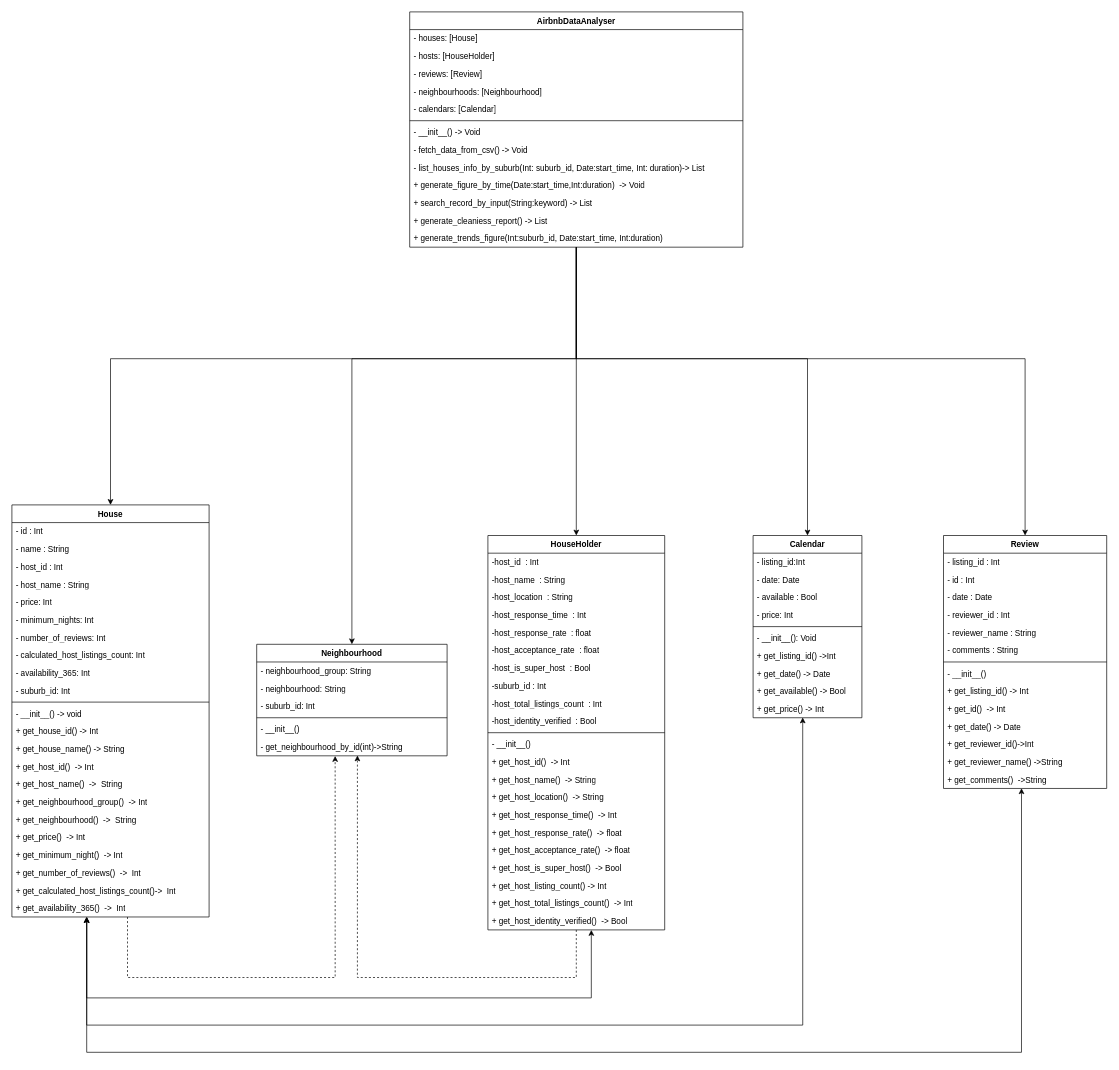
wsq94317/SoftwareTechnologyGroup47 keeps this draw.io diagram as page "第 2 页" (2 of 2) of resources/flowchart_uml/chart/flowchart_uml.drawio. Above is the earlier version. Source tidied: cells renumbered, new cells numbered last; positions are measured from the earlier drawing's top-left corner, leaving out a move shared by most shapes. Both pictures are drawn from the tidied source at 68%, with x=0, y=0 at pixel (12, 12).
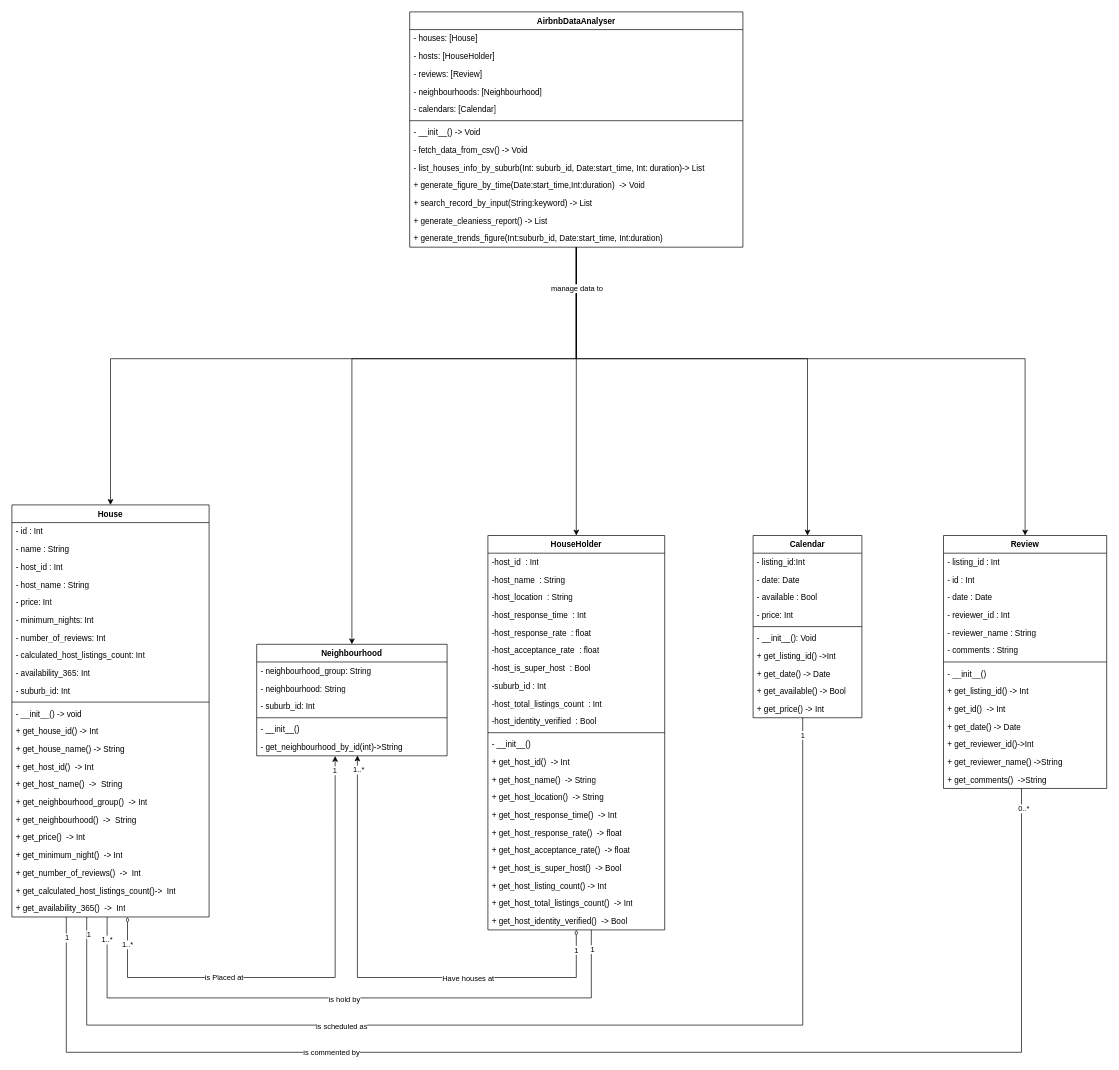
The same page after the edit.

Commit message (it also covers changes not shown here):
Update UML Design

The change refers to these unchanged cells:
```xml
<mxCell id="6" value="House" style="swimlane;fontStyle=1;align=center;verticalAlign=top;horizontal=1;startSize=26;whiteSpace=wrap;" parent="1" vertex="1">
  <mxGeometry y="725" width="290" height="606" as="geometry" />
</mxCell>
<mxCell id="31" value="HouseHolder" style="swimlane;fontStyle=1;align=center;verticalAlign=top;horizontal=1;startSize=26;whiteSpace=wrap;html=1;fontFamily=Helvetica;fontSize=12;fontColor=default;fillColor=none;gradientColor=none;" parent="1" vertex="1">
  <mxGeometry x="700" y="770" width="260" height="580" as="geometry" />
</mxCell>
<mxCell id="53" value="+ get_host_identity_verified()  -&gt; Bool" style="text;strokeColor=none;fillColor=none;align=left;verticalAlign=top;spacingLeft=4;spacingRight=4;overflow=hidden;points=[[0,0.5],[1,0.5]];portConstraint=eastwest;whiteSpace=wrap;fontSize=12;fontFamily=Helvetica;fontColor=default;" parent="31" vertex="1">
  <mxGeometry y="554" width="260" height="26" as="geometry" />
</mxCell>
<mxCell id="68" value="+ get_comments()  -&gt;String" style="text;strokeColor=none;fillColor=none;align=left;verticalAlign=top;spacingLeft=4;spacingRight=4;overflow=hidden;points=[[0,0.5],[1,0.5]];portConstraint=eastwest;whiteSpace=wrap;fontSize=12;fontFamily=Helvetica;fontColor=default;" parent="54" vertex="1">
  <mxGeometry y="346" width="240" height="26" as="geometry" />
</mxCell>
<mxCell id="75" value="- get_neighbourhood_by_id(int)-&amp;gt;String" style="text;strokeColor=none;fillColor=none;align=left;verticalAlign=top;spacingLeft=4;spacingRight=4;overflow=hidden;points=[[0,0.5],[1,0.5]];portConstraint=eastwest;whiteSpace=wrap;html=1;fontSize=12;fontFamily=Helvetica;fontColor=default;" parent="69" vertex="1">
  <mxGeometry y="138" width="280" height="26" as="geometry" />
</mxCell>
<mxCell id="86" value="+ get_price() -&amp;gt; Int" style="text;strokeColor=none;fillColor=none;align=left;verticalAlign=top;spacingLeft=4;spacingRight=4;overflow=hidden;points=[[0,0.5],[1,0.5]];portConstraint=eastwest;whiteSpace=wrap;html=1;fontSize=12;fontFamily=Helvetica;fontColor=default;" parent="76" vertex="1">
  <mxGeometry y="242" width="160" height="26" as="geometry" />
</mxCell>
<mxCell id="91" style="edgeStyle=orthogonalEdgeStyle;rounded=0;jettySize=auto;html=1;entryX=0.5;entryY=0;entryDx=0;entryDy=0;fontFamily=Helvetica;fontSize=12;fontColor=default;" parent="1" edge="1" source="92" target="54">
  <mxGeometry relative="1" as="geometry">
    <Array as="points">
      <mxPoint x="830" y="510" />
      <mxPoint x="1490" y="510" />
    </Array>
  </mxGeometry>
</mxCell>
```

Diff of the diagram source:
```diff
@@
-    <mxCell id="2" style="edgeStyle=orthogonalEdgeStyle;rounded=0;jettySize=auto;html=1;entryX=0.585;entryY=1.003;entryDx=0;entryDy=0;entryPerimeter=0;fontFamily=Helvetica;fontSize=12;fontColor=default;startArrow=classic;startFill=1;" parent="1" edge="1" source="6" target="53">
+    <mxCell id="2" style="edgeStyle=orthogonalEdgeStyle;rounded=0;jettySize=auto;html=1;entryX=0.585;entryY=1.003;entryDx=0;entryDy=0;entryPerimeter=0;fontFamily=Helvetica;fontSize=12;fontColor=default;startArrow=none;startFill=0;endArrow=none;endFill=0;" parent="1" edge="1" source="6" target="53">
       <mxGeometry relative="1" as="geometry">
         <Array as="points">
-          <mxPoint x="110" y="1450" />
+          <mxPoint x="140" y="1450" />
           <mxPoint x="852" y="1450" />
         </Array>
       </mxGeometry>
     </mxCell>
+    <mxCell id="106" value="1" style="edgeLabel;html=1;align=center;verticalAlign=middle;" parent="2" vertex="1">
+      <mxGeometry x="0.94" y="-1" relative="1" as="geometry" />
+    </mxCell>
+    <mxCell id="107" value="1..*" style="edgeLabel;html=1;align=center;verticalAlign=middle;" parent="2" vertex="1">
+      <mxGeometry x="-0.93" y="-1" relative="1" as="geometry" />
+    </mxCell>
+    <mxCell id="108" value="is hold by" style="edgeLabel;html=1;align=center;verticalAlign=middle;" parent="2" vertex="1">
+      <mxGeometry x="-0.04" y="-1" relative="1" as="geometry">
+        <mxPoint x="20" as="offset" />
+      </mxGeometry>
+    </mxCell>
-    <mxCell id="3" style="edgeStyle=orthogonalEdgeStyle;rounded=0;jettySize=auto;html=1;entryX=0.478;entryY=0.99;entryDx=0;entryDy=0;entryPerimeter=0;fontFamily=Helvetica;fontSize=12;fontColor=default;startArrow=classic;startFill=1;" parent="1" edge="1" source="6" target="68">
+    <mxCell id="3" style="edgeStyle=orthogonalEdgeStyle;rounded=0;jettySize=auto;html=1;entryX=0.478;entryY=0.99;entryDx=0;entryDy=0;entryPerimeter=0;fontFamily=Helvetica;fontSize=12;fontColor=default;startArrow=none;startFill=0;endArrow=none;endFill=0;" parent="1" edge="1" source="6" target="68">
       <mxGeometry relative="1" as="geometry">
         <Array as="points">
-          <mxPoint x="110" y="1530" />
+          <mxPoint x="80" y="1530" />
           <mxPoint x="1485" y="1530" />
         </Array>
       </mxGeometry>
     </mxCell>
+    <mxCell id="109" value="is commented by" style="edgeLabel;html=1;align=center;verticalAlign=middle;" parent="3" vertex="1">
+      <mxGeometry x="-0.41" y="1" relative="1" as="geometry" />
+    </mxCell>
+    <mxCell id="110" value="1" style="edgeLabel;html=1;align=center;verticalAlign=middle;" parent="3" vertex="1">
+      <mxGeometry x="-0.97" relative="1" as="geometry" />
+    </mxCell>
+    <mxCell id="111" value="0..*" style="edgeLabel;html=1;align=center;verticalAlign=middle;" parent="3" vertex="1">
+      <mxGeometry x="0.97" y="-3" relative="1" as="geometry" />
+    </mxCell>
-    <mxCell id="4" style="edgeStyle=orthogonalEdgeStyle;rounded=0;jettySize=auto;html=1;entryX=0.456;entryY=0.984;entryDx=0;entryDy=0;entryPerimeter=0;fontFamily=Helvetica;fontSize=12;fontColor=default;startArrow=classic;startFill=1;" parent="1" edge="1" source="6" target="86">
+    <mxCell id="4" style="edgeStyle=orthogonalEdgeStyle;rounded=0;jettySize=auto;html=1;entryX=0.456;entryY=0.984;entryDx=0;entryDy=0;entryPerimeter=0;fontFamily=Helvetica;fontSize=12;fontColor=default;startArrow=none;startFill=0;endArrow=none;endFill=0;" parent="1" edge="1" source="6" target="86">
       <mxGeometry relative="1" as="geometry">
         <Array as="points">
           <mxPoint x="110" y="1490" />
           <mxPoint x="1163" y="1490" />
         </Array>
       </mxGeometry>
     </mxCell>
+    <mxCell id="112" value="1" style="edgeLabel;html=1;align=center;verticalAlign=middle;" parent="4" vertex="1">
+      <mxGeometry x="-0.97" y="2" relative="1" as="geometry" />
+    </mxCell>
+    <mxCell id="113" value="1" style="edgeLabel;html=1;align=center;verticalAlign=middle;" parent="4" vertex="1">
+      <mxGeometry x="0.97" relative="1" as="geometry" />
+    </mxCell>
+    <mxCell id="114" value="is scheduled as" style="edgeLabel;html=1;align=center;verticalAlign=middle;" parent="4" vertex="1">
+      <mxGeometry x="-0.36" y="-1" relative="1" as="geometry" />
+    </mxCell>
-    <mxCell id="5" style="edgeStyle=orthogonalEdgeStyle;rounded=0;jettySize=auto;html=1;entryX=0.412;entryY=1.01;entryDx=0;entryDy=0;entryPerimeter=0;fontFamily=Helvetica;fontSize=12;fontColor=default;dashed=1;" parent="1" edge="1" source="6" target="75">
+    <mxCell id="5" style="edgeStyle=orthogonalEdgeStyle;rounded=0;jettySize=auto;html=1;entryX=0.412;entryY=1.01;entryDx=0;entryDy=0;entryPerimeter=0;fontFamily=Helvetica;fontSize=12;fontColor=default;startArrow=diamondThin;startFill=0;" parent="1" edge="1" source="6" target="75">
       <mxGeometry relative="1" as="geometry">
         <Array as="points">
           <mxPoint x="170" y="1420" />
           <mxPoint x="475" y="1420" />
         </Array>
       </mxGeometry>
     </mxCell>
+    <mxCell id="115" value="1..*" style="edgeLabel;html=1;align=center;verticalAlign=middle;" parent="5" vertex="1">
+      <mxGeometry x="-0.97" y="-1" relative="1" as="geometry">
+        <mxPoint y="29" as="offset" />
+      </mxGeometry>
+    </mxCell>
+    <mxCell id="116" value="1" style="edgeLabel;html=1;align=center;verticalAlign=middle;" parent="5" vertex="1">
+      <mxGeometry x="0.94" y="1" relative="1" as="geometry" />
+    </mxCell>
+    <mxCell id="117" value="is Placed at" style="edgeLabel;html=1;align=center;verticalAlign=middle;" parent="5" vertex="1">
+      <mxGeometry x="-0.36" y="1" relative="1" as="geometry" />
+    </mxCell>
@@
-    <mxCell id="30" style="edgeStyle=orthogonalEdgeStyle;rounded=0;jettySize=auto;html=1;entryX=0.529;entryY=0.978;entryDx=0;entryDy=0;entryPerimeter=0;fontFamily=Helvetica;fontSize=12;fontColor=default;dashed=1;" parent="1" edge="1" source="31" target="75">
+    <mxCell id="30" style="edgeStyle=orthogonalEdgeStyle;rounded=0;jettySize=auto;html=1;entryX=0.529;entryY=0.978;entryDx=0;entryDy=0;entryPerimeter=0;fontFamily=Helvetica;fontSize=12;fontColor=default;startArrow=diamondThin;startFill=0;" parent="1" edge="1" source="31" target="75">
       <mxGeometry relative="1" as="geometry">
         <Array as="points">
           <mxPoint x="830" y="1420" />
           <mxPoint x="508" y="1420" />
         </Array>
       </mxGeometry>
     </mxCell>
+    <mxCell id="118" value="Have houses at" style="edgeLabel;html=1;align=center;verticalAlign=middle;" parent="30" vertex="1">
+      <mxGeometry x="-0.36" relative="1" as="geometry" />
+    </mxCell>
+    <mxCell id="119" value="1..*" style="edgeLabel;html=1;align=center;verticalAlign=middle;" parent="30" vertex="1">
+      <mxGeometry x="0.94" y="-1" relative="1" as="geometry" />
+    </mxCell>
+    <mxCell id="120" value="1" style="edgeLabel;html=1;align=center;verticalAlign=middle;" parent="30" vertex="1">
+      <mxGeometry x="-0.98" y="-1" relative="1" as="geometry">
+        <mxPoint y="22" as="offset" />
+      </mxGeometry>
+    </mxCell>
@@
+    <mxCell id="121" value="manage data to" style="edgeLabel;html=1;align=center;verticalAlign=middle;" parent="91" vertex="1">
+      <mxGeometry x="-0.89" relative="1" as="geometry" />
+    </mxCell>
```
